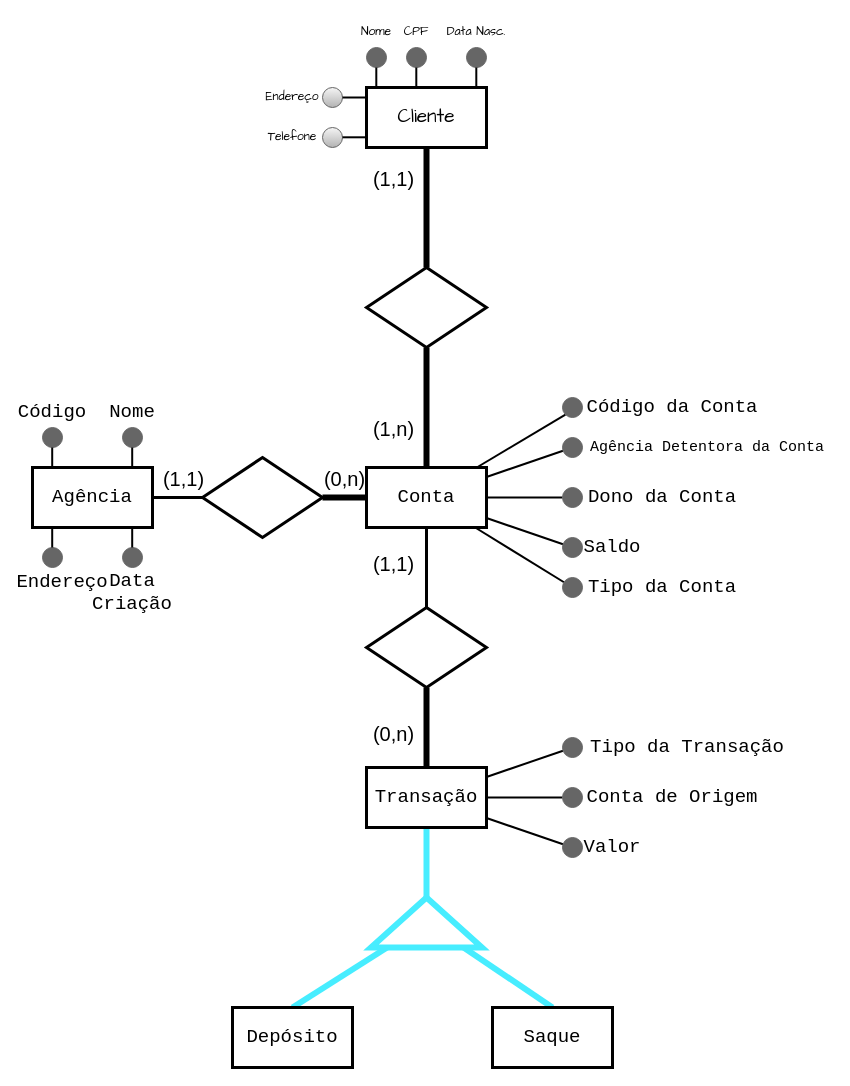
Before: diagrama/Diagrama Sistema Bancario.drawio in Eric-Catarina/Sistema-Bancario, a draw.io diagram. Source tidied: cells renumbered, new cells numbered last; positions are measured from the earlier drawing's top-left corner, leaving out a move shared by most shapes. Both pictures are drawn from the tidied source at 100%, with x=0, y=0 at pixel (22, 17).
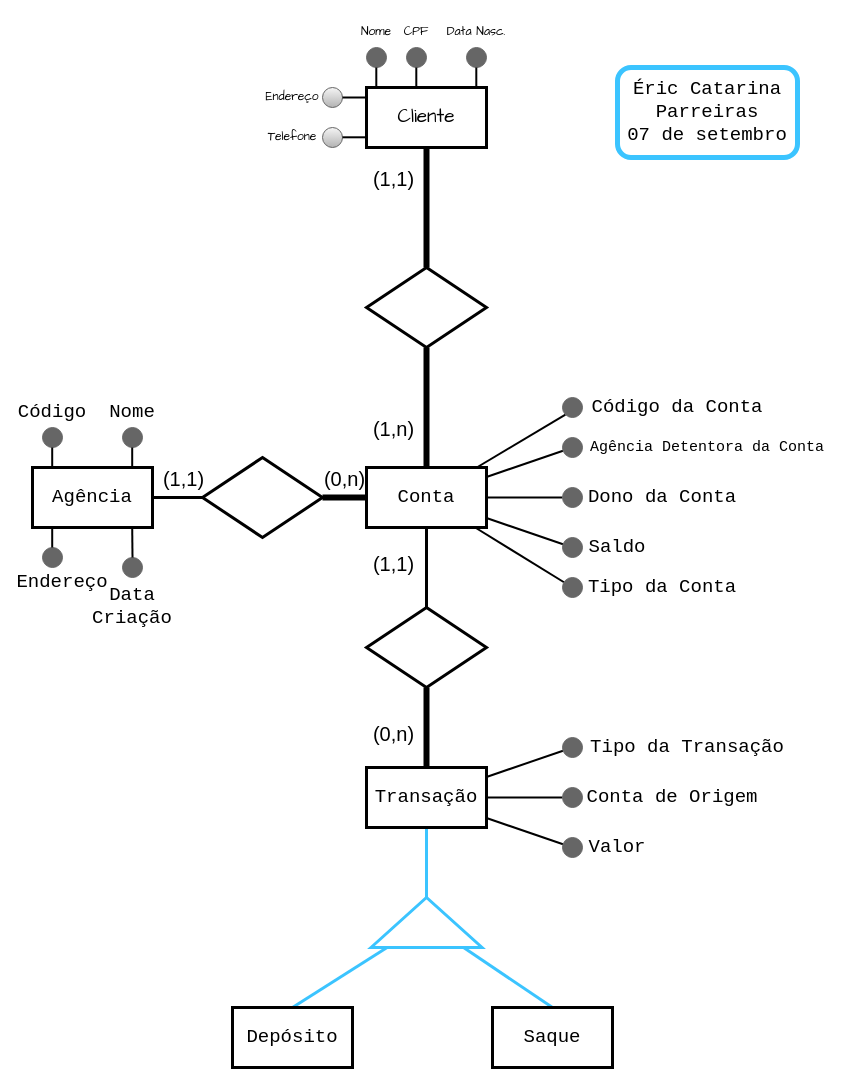
The same page after the edit.

The change refers to these unchanged cells:
```xml
<mxCell id="30" value="Depósito" style="rounded=0;whiteSpace=wrap;html=1;strokeColor=#000000;strokeWidth=3;fontSize=19;fontStyle=0;fontFamily=Courier New;" parent="1" vertex="1">
  <mxGeometry x="210" y="990" width="120" height="60" as="geometry" />
</mxCell>
<mxCell id="31" value="Saque" style="rounded=0;whiteSpace=wrap;html=1;strokeColor=#000000;strokeWidth=3;fontSize=19;fontStyle=0;fontFamily=Courier New;" parent="1" vertex="1">
  <mxGeometry x="470" y="990" width="120" height="60" as="geometry" />
</mxCell>
<mxCell id="35" value="Transação" style="rounded=0;whiteSpace=wrap;html=1;strokeColor=#000000;strokeWidth=3;fontSize=19;fontStyle=0;fontFamily=Courier New;" parent="1" vertex="1">
  <mxGeometry x="344" y="750" width="120" height="60" as="geometry" />
</mxCell>
```

Change to the diagram source:
```diff
@@
-    <mxCell id="26" style="edgeStyle=none;rounded=0;jettySize=auto;html=1;entryX=0.5;entryY=0;entryDx=0;entryDy=0;strokeColor=#47EDFF;strokeWidth=6;fontSize=20;endArrow=none;endFill=0;" parent="1" edge="1" source="29" target="31">
+    <mxCell id="26" style="edgeStyle=none;rounded=0;jettySize=auto;html=1;entryX=0.5;entryY=0;entryDx=0;entryDy=0;strokeColor=#3BC4FF;strokeWidth=3;fontSize=20;endArrow=none;endFill=0;" parent="1" edge="1" source="29" target="31">
       <mxGeometry relative="1" as="geometry" />
     </mxCell>
-    <mxCell id="27" style="edgeStyle=none;rounded=0;jettySize=auto;html=1;entryX=0.5;entryY=0;entryDx=0;entryDy=0;strokeColor=#47EDFF;strokeWidth=6;fontSize=20;endArrow=none;endFill=0;" parent="1" edge="1" source="29" target="30">
+    <mxCell id="27" style="edgeStyle=none;rounded=0;jettySize=auto;html=1;entryX=0.5;entryY=0;entryDx=0;entryDy=0;strokeColor=#3BC4FF;strokeWidth=3;fontSize=20;endArrow=none;endFill=0;" parent="1" edge="1" source="29" target="30">
       <mxGeometry relative="1" as="geometry" />
     </mxCell>
-    <mxCell id="28" style="edgeStyle=none;rounded=0;jettySize=auto;html=1;entryX=0.5;entryY=1;entryDx=0;entryDy=0;strokeColor=#47EDFF;strokeWidth=6;fontSize=20;endArrow=none;endFill=0;" parent="1" edge="1" source="29" target="35">
+    <mxCell id="28" style="edgeStyle=none;rounded=0;jettySize=auto;html=1;entryX=0.5;entryY=1;entryDx=0;entryDy=0;strokeColor=#3BC4FF;strokeWidth=3;fontSize=20;endArrow=none;endFill=0;" parent="1" edge="1" source="29" target="35">
       <mxGeometry relative="1" as="geometry" />
     </mxCell>
-    <mxCell id="29" style="triangle;whiteSpace=wrap;html=1;fontSize=20;direction=north;strokeColor=#47EDFF;strokeWidth=6;" parent="1" vertex="1">
+    <mxCell id="29" style="triangle;whiteSpace=wrap;html=1;fontSize=20;direction=north;strokeColor=#3BC4FF;strokeWidth=3;" parent="1" vertex="1">
       <mxGeometry x="348.5" y="880" width="111" height="50" as="geometry" />
     </mxCell>
@@
     <mxCell id="52" style="ellipse;whiteSpace=wrap;html=1;fillColor=#666666;fontColor=#333333;strokeColor=#666666;fontFamily=Courier New;" parent="1" vertex="1">
-      <mxGeometry x="100" y="530" width="20" height="20" as="geometry" />
+      <mxGeometry x="100" y="540" width="20" height="20" as="geometry" />
     </mxCell>
@@
-    <mxCell id="56" style="endArrow=none;html=1;rounded=0;strokeColor=#000000;strokeWidth=2;fontSize=20;fontFamily=Courier New;" parent="1" edge="1">
+    <mxCell id="56" style="endArrow=none;html=1;rounded=0;strokeColor=#000000;strokeWidth=2;fontSize=20;fontFamily=Courier New;exitX=0.5;exitY=0;exitDx=0;exitDy=0;" parent="1" edge="1" source="52">
       <mxGeometry relative="1" as="geometry">
-        <mxPoint x="109.7" y="530" as="sourcePoint" />
         <mxPoint x="109.7" y="510" as="targetPoint" />
       </mxGeometry>
     </mxCell>
@@
     <mxCell id="61" value="Data Criação" style="text;html=1;strokeColor=none;fillColor=none;align=center;verticalAlign=middle;whiteSpace=wrap;rounded=0;strokeWidth=2;fontSize=19;fontFamily=Courier New;" parent="1" vertex="1">
-      <mxGeometry x="55" y="560" width="110" height="30" as="geometry" />
+      <mxGeometry x="55" y="574" width="110" height="30" as="geometry" />
     </mxCell>
@@
     <mxCell id="67" value="Código da Conta" style="text;html=1;strokeColor=none;fillColor=none;align=center;verticalAlign=middle;whiteSpace=wrap;rounded=0;strokeWidth=2;fontSize=19;fontFamily=Courier New;" parent="1" vertex="1">
-      <mxGeometry x="560" y="375" width="180" height="30" as="geometry" />
+      <mxGeometry x="560" y="375" width="190" height="30" as="geometry" />
     </mxCell>
@@
     <mxCell id="70" value="Saldo" style="text;html=1;strokeColor=none;fillColor=none;align=center;verticalAlign=middle;whiteSpace=wrap;rounded=0;strokeWidth=2;fontSize=19;fontFamily=Courier New;" parent="1" vertex="1">
-      <mxGeometry x="560" y="515" width="60" height="30" as="geometry" />
+      <mxGeometry x="560" y="515" width="70" height="30" as="geometry" />
     </mxCell>
@@
     <mxCell id="77" value="Valor" style="text;html=1;strokeColor=none;fillColor=none;align=center;verticalAlign=middle;whiteSpace=wrap;rounded=0;strokeWidth=2;fontSize=19;fontFamily=Courier New;" parent="1" vertex="1">
-      <mxGeometry x="560" y="815" width="60" height="30" as="geometry" />
+      <mxGeometry x="560" y="815" width="70" height="30" as="geometry" />
     </mxCell>
+    <mxCell id="78" value="Éric Catarina Parreiras&lt;br style=&quot;font-size: 19px;&quot;&gt;07 de setembro" style="rounded=1;whiteSpace=wrap;html=1;strokeColor=#3BC4FF;strokeWidth=5;fontFamily=Courier New;fontSize=19;" parent="1" vertex="1">
+      <mxGeometry x="595" y="50" width="180" height="90" as="geometry" />
+    </mxCell>
```
